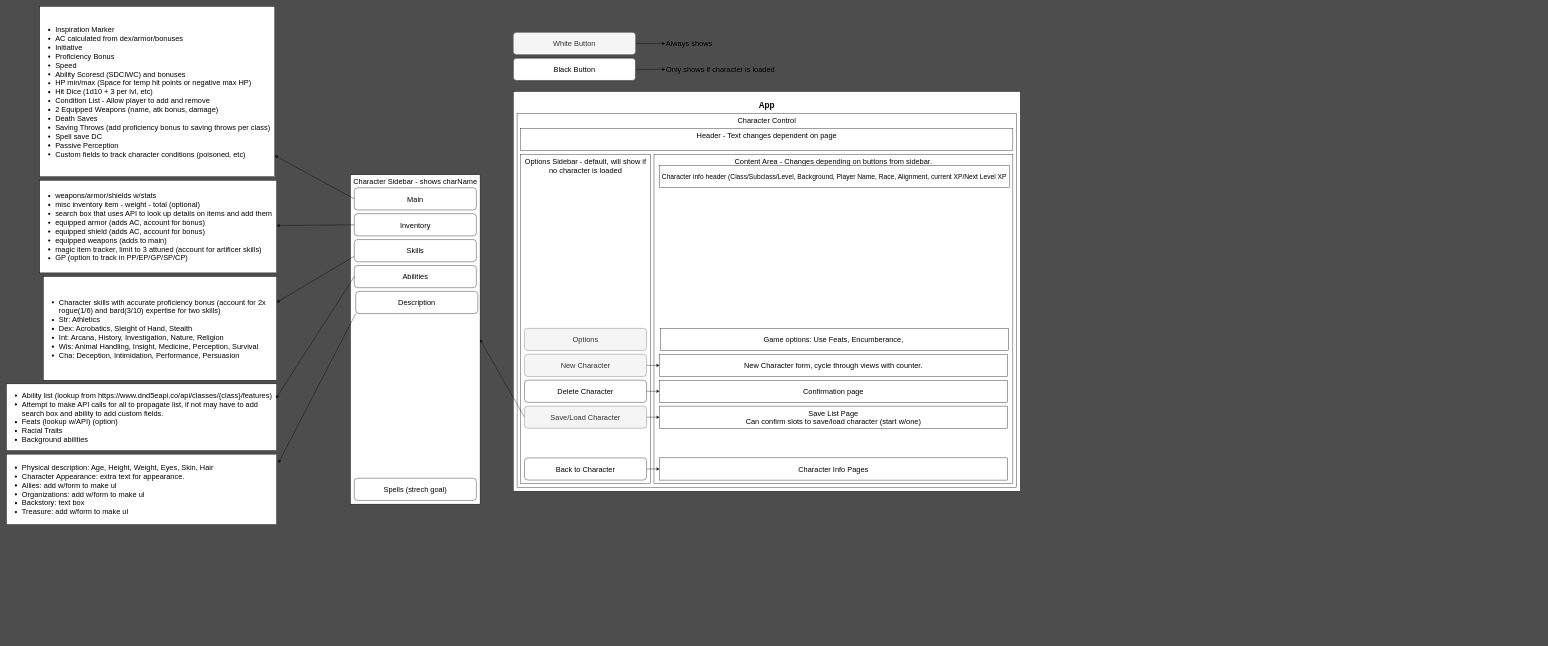
benjaminw1030/dnd-character-creator keeps this draw.io diagram as diagram.drawio. Above is the earlier version. Source tidied: cells renumbered, new cells numbered last; positions are measured from the earlier drawing's top-left corner, leaving out a move shared by most shapes. Both pictures are drawn from the tidied source at 37%, with x=0, y=0 at pixel (6, 6).
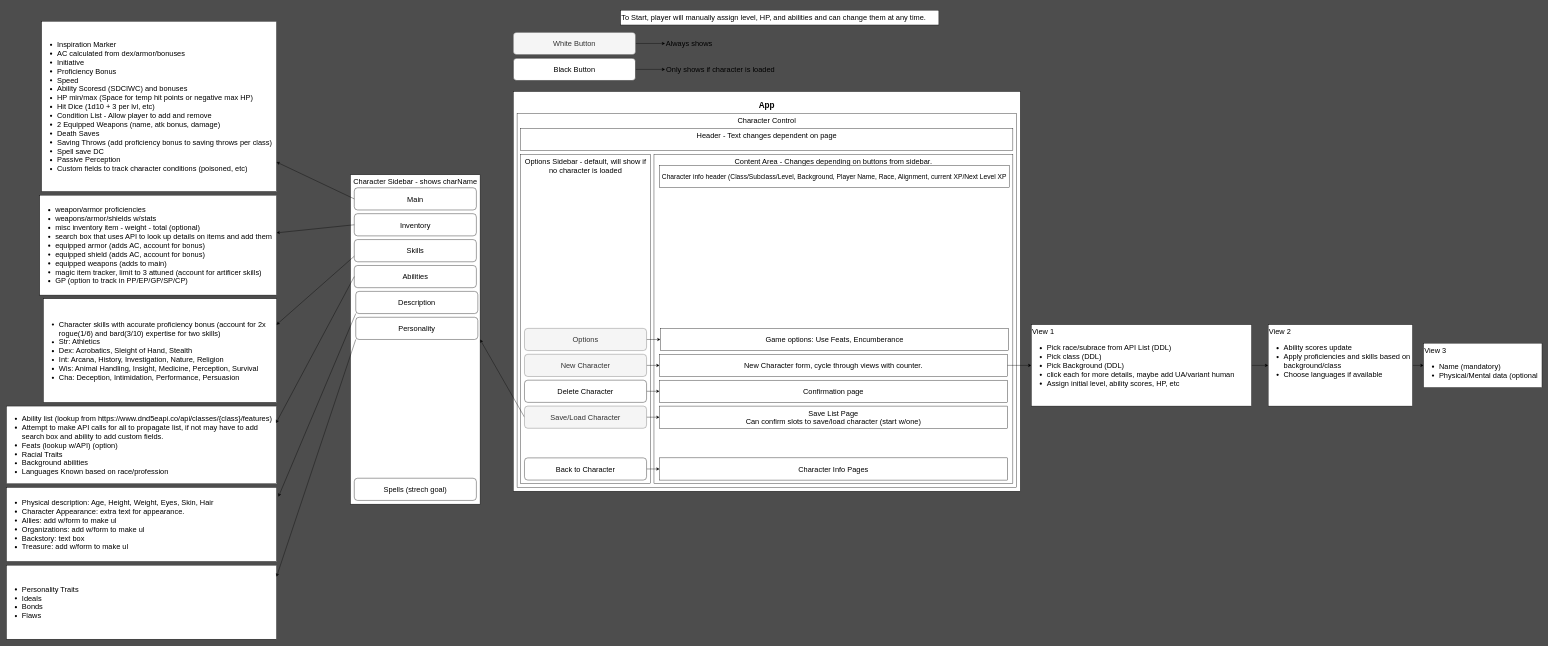
The same diagram, later.

Commit message (it also covers changes not shown here):
diagramming new character form

Unchanged cells that the change refers to:
```xml
<mxCell id="23" value="New Character form, cycle through views with counter." style="rounded=0;whiteSpace=wrap;html=1;fontSize=20;verticalAlign=middle;" parent="1" vertex="1">
  <mxGeometry x="1765" y="940" width="940" height="60" as="geometry" />
</mxCell>
<mxCell id="28" value="Options" style="rounded=1;whiteSpace=wrap;html=1;fontSize=20;verticalAlign=middle;fillColor=#f5f5f5;strokeColor=#666666;fontColor=#333333;" parent="1" vertex="1">
  <mxGeometry x="1400" y="870" width="330" height="60" as="geometry" />
</mxCell>
<mxCell id="32" style="group;" parent="1" vertex="1">
  <mxGeometry x="930" y="455" width="350" height="890" as="geometry" />
</mxCell>
```

Change to the diagram source:
```diff
@@
+    <mxCell id="47" style="edgeStyle=none;html=1;fontSize=18;exitX=1;exitY=0.5;exitDx=0;exitDy=0;" parent="1" edge="1" source="23" target="51">
+      <mxGeometry relative="1" as="geometry" />
+    </mxCell>
@@
     <mxCell id="25" value="&lt;ul&gt;&lt;li&gt;&lt;span&gt;Inspiration Marker&lt;/span&gt;&lt;/li&gt;&lt;li&gt;AC calculated from dex/armor/bonuses&lt;/li&gt;&lt;li&gt;Initiative&lt;/li&gt;&lt;li&gt;Proficiency Bonus&lt;/li&gt;&lt;li&gt;Speed&lt;/li&gt;&lt;li&gt;Ability Scoresd (SDCIWC) and bonuses&lt;/li&gt;&lt;li&gt;HP min/max (Space for temp hit points or negative max HP)&lt;/li&gt;&lt;li&gt;Hit Dice (1d10 + 3 per lvl, etc)&lt;/li&gt;&lt;li&gt;Condition List - Allow player to add and remove&lt;/li&gt;&lt;li&gt;2 Equipped Weapons (name, atk bonus, damage)&lt;/li&gt;&lt;li&gt;Death Saves&lt;/li&gt;&lt;li&gt;Saving Throws (add proficiency bonus to saving throws per class)&lt;/li&gt;&lt;li&gt;Spell save DC&lt;/li&gt;&lt;li&gt;Passive Perception&lt;/li&gt;&lt;li&gt;Custom fields to track character conditions (poisoned, etc)&lt;/li&gt;&lt;/ul&gt;" style="rounded=0;whiteSpace=wrap;html=1;fontSize=20;verticalAlign=middle;align=left;" parent="1" vertex="1">
-      <mxGeometry x="90" width="635" height="460" as="geometry" />
+      <mxGeometry x="95" y="40" width="635" height="460" as="geometry" />
     </mxCell>
@@
-    <mxCell id="27" value="&lt;ul&gt;&lt;li&gt;&lt;span&gt;weapons/armor/shields w/stats&lt;/span&gt;&lt;/li&gt;&lt;li&gt;misc inventory item - weight - total (optional)&lt;/li&gt;&lt;li&gt;search box that uses API to look up details on items and add them&lt;/li&gt;&lt;li&gt;equipped armor (adds AC, account for bonus)&lt;/li&gt;&lt;li&gt;equipped shield (adds AC, account for bonus)&lt;/li&gt;&lt;li&gt;equipped weapons (adds to main)&lt;/li&gt;&lt;li&gt;magic item tracker, limit to 3 attuned (account for artificer skills)&lt;/li&gt;&lt;li&gt;GP (option to track in PP/EP/GP/SP/CP)&lt;/li&gt;&lt;/ul&gt;" style="rounded=0;whiteSpace=wrap;html=1;fontSize=20;verticalAlign=middle;align=left;" parent="1" vertex="1">
-      <mxGeometry x="90" y="470" width="640" height="250" as="geometry" />
+    <mxCell id="27" value="&lt;ul&gt;&lt;li&gt;weapon/armor proficiencies&lt;/li&gt;&lt;li&gt;&lt;span&gt;weapons/armor/shields w/stats&lt;/span&gt;&lt;/li&gt;&lt;li&gt;misc inventory item - weight - total (optional)&lt;/li&gt;&lt;li&gt;search box that uses API to look up details on items and add them&lt;/li&gt;&lt;li&gt;equipped armor (adds AC, account for bonus)&lt;/li&gt;&lt;li&gt;equipped shield (adds AC, account for bonus)&lt;/li&gt;&lt;li&gt;equipped weapons (adds to main)&lt;/li&gt;&lt;li&gt;magic item tracker, limit to 3 attuned (account for artificer skills)&lt;/li&gt;&lt;li&gt;GP (option to track in PP/EP/GP/SP/CP)&lt;/li&gt;&lt;/ul&gt;" style="rounded=0;whiteSpace=wrap;html=1;fontSize=20;verticalAlign=middle;align=left;" parent="1" vertex="1">
+      <mxGeometry x="90" y="510" width="640" height="270" as="geometry" />
     </mxCell>
+    <mxCell id="48" style="edgeStyle=none;html=1;fontSize=18;" parent="1" edge="1" source="28" target="46">
+      <mxGeometry relative="1" as="geometry" />
+    </mxCell>
@@
     <mxCell id="29" value="&lt;ul&gt;&lt;li&gt;&lt;span&gt;Character skills with accurate proficiency bonus (account for 2x rogue(1/6) and bard(3/10) expertise for two skills)&lt;/span&gt;&lt;/li&gt;&lt;li&gt;Str: Athletics&lt;/li&gt;&lt;li&gt;Dex: Acrobatics, Sleight of Hand, Stealth&lt;/li&gt;&lt;li&gt;Int: Arcana, History, Investigation, Nature, Religion&lt;/li&gt;&lt;li&gt;Wis: Animal Handling, Insight, Medicine, Perception, Survival&lt;/li&gt;&lt;li&gt;Cha: Deception, Intimidation, Performance, Persuasion&lt;/li&gt;&lt;/ul&gt;" style="rounded=0;whiteSpace=wrap;html=1;fontSize=20;verticalAlign=middle;align=left;" parent="1" vertex="1">
-      <mxGeometry x="100" y="730" width="630" height="280" as="geometry" />
+      <mxGeometry x="100" y="790" width="630" height="280" as="geometry" />
     </mxCell>
-    <mxCell id="30" value="&lt;ul&gt;&lt;li&gt;&lt;span&gt;Ability list (lookup from https://www.dnd5eapi.co/api/classes/{class}/features)&lt;/span&gt;&lt;/li&gt;&lt;li&gt;Attempt to make API calls for all to propagate list, if not may have to add search box and ability to add custom fields.&lt;/li&gt;&lt;li&gt;Feats (lookup w/API) (option)&lt;/li&gt;&lt;li&gt;Racial Traits&lt;/li&gt;&lt;li&gt;Background abilities&lt;/li&gt;&lt;/ul&gt;" style="rounded=0;whiteSpace=wrap;html=1;fontSize=20;verticalAlign=middle;align=left;" parent="1" vertex="1">
-      <mxGeometry y="1020" width="730" height="180" as="geometry" />
+    <mxCell id="30" value="&lt;ul&gt;&lt;li&gt;&lt;span&gt;Ability list (lookup from https://www.dnd5eapi.co/api/classes/{class}/features)&lt;/span&gt;&lt;/li&gt;&lt;li&gt;Attempt to make API calls for all to propagate list, if not may have to add search box and ability to add custom fields.&lt;/li&gt;&lt;li&gt;Feats (lookup w/API) (option)&lt;/li&gt;&lt;li&gt;Racial Traits&lt;/li&gt;&lt;li&gt;Background abilities&lt;/li&gt;&lt;li&gt;Languages Known based on race/profession&lt;/li&gt;&lt;/ul&gt;" style="rounded=0;whiteSpace=wrap;html=1;fontSize=20;verticalAlign=middle;align=left;" parent="1" vertex="1">
+      <mxGeometry y="1080" width="730" height="210" as="geometry" />
     </mxCell>
     <mxCell id="31" value="&lt;ul&gt;&lt;li&gt;&lt;span&gt;Physical description: Age, Height, Weight, Eyes, Skin, Hair&lt;/span&gt;&lt;/li&gt;&lt;li&gt;Character Appearance: extra text for appearance.&lt;/li&gt;&lt;li&gt;Allies: add w/form to make ul&lt;/li&gt;&lt;li&gt;Organizations: add w/form to make ul&lt;/li&gt;&lt;li&gt;Backstory: text box&lt;/li&gt;&lt;li&gt;Treasure: add w/form to make ul&lt;/li&gt;&lt;/ul&gt;" style="rounded=0;whiteSpace=wrap;html=1;fontSize=20;verticalAlign=middle;align=left;" parent="1" vertex="1">
-      <mxGeometry y="1210" width="730" height="190" as="geometry" />
+      <mxGeometry y="1300" width="730" height="200" as="geometry" />
     </mxCell>
@@
+    <mxCell id="49" value="Personality" style="rounded=1;whiteSpace=wrap;html=1;fontSize=20;verticalAlign=middle;" parent="32" vertex="1">
+      <mxGeometry x="14" y="385" width="330" height="60" as="geometry" />
+    </mxCell>
@@
-    <mxCell id="46" value="Game options: Use Feats, Encumberance,&amp;nbsp;" style="rounded=0;whiteSpace=wrap;html=1;fontSize=20;verticalAlign=middle;" parent="1" vertex="1">
+    <mxCell id="46" value="Game options: Use Feats, Encumberance" style="rounded=0;whiteSpace=wrap;html=1;fontSize=20;verticalAlign=middle;" parent="1" vertex="1">
       <mxGeometry x="1767.5" y="870" width="940" height="60" as="geometry" />
     </mxCell>
+    <mxCell id="50" style="edgeStyle=none;html=1;fontSize=18;" parent="1" edge="1" source="51" target="53">
+      <mxGeometry relative="1" as="geometry" />
+    </mxCell>
+    <mxCell id="51" value="View 1&lt;br&gt;&lt;ul&gt;&lt;li&gt;Pick race/subrace from API List (DDL)&lt;/li&gt;&lt;li&gt;Pick class (DDL)&lt;/li&gt;&lt;li&gt;Pick Background (DDL)&lt;/li&gt;&lt;li&gt;click each for more details, maybe add UA/variant human&lt;/li&gt;&lt;li&gt;Assign initial level, ability scores, HP, etc&lt;/li&gt;&lt;/ul&gt;" style="whiteSpace=wrap;html=1;rounded=0;fontSize=20;verticalAlign=top;align=left;" parent="1" vertex="1">
+      <mxGeometry x="2770" y="860" width="595" height="220" as="geometry" />
+    </mxCell>
+    <mxCell id="52" style="edgeStyle=none;html=1;fontSize=18;" parent="1" edge="1" source="53" target="55">
+      <mxGeometry relative="1" as="geometry" />
+    </mxCell>
+    <mxCell id="53" value="View 2&lt;br&gt;&lt;ul&gt;&lt;li&gt;Ability scores update&lt;/li&gt;&lt;li&gt;Apply proficiencies and skills based on background/class&lt;/li&gt;&lt;li&gt;&lt;span&gt;Choose languages if available&lt;/span&gt;&lt;br&gt;&lt;/li&gt;&lt;/ul&gt;" style="whiteSpace=wrap;html=1;rounded=0;fontSize=20;verticalAlign=top;align=left;" parent="1" vertex="1">
+      <mxGeometry x="3410" y="860" width="390" height="220" as="geometry" />
+    </mxCell>
+    <mxCell id="54" value="To Start, player will manually assign level, HP, and abilities and can change them at any time." style="whiteSpace=wrap;html=1;rounded=0;fontSize=20;verticalAlign=top;align=left;shadow=0;sketch=0;" parent="1" vertex="1">
+      <mxGeometry x="1660" y="10" width="860" height="40" as="geometry" />
+    </mxCell>
+    <mxCell id="55" value="View 3&lt;br&gt;&lt;ul&gt;&lt;li&gt;Name (mandatory)&lt;/li&gt;&lt;li&gt;Physical/Mental data (optional&lt;/li&gt;&lt;/ul&gt;" style="whiteSpace=wrap;html=1;rounded=0;fontSize=20;verticalAlign=top;align=left;" parent="1" vertex="1">
+      <mxGeometry x="3830" y="910" width="320" height="120" as="geometry" />
+    </mxCell>
+    <mxCell id="56" value="&lt;ul&gt;&lt;li&gt;Personality Traits&lt;/li&gt;&lt;li&gt;Ideals&lt;/li&gt;&lt;li&gt;Bonds&lt;/li&gt;&lt;li&gt;Flaws&lt;/li&gt;&lt;/ul&gt;" style="rounded=0;whiteSpace=wrap;html=1;fontSize=20;verticalAlign=middle;align=left;" parent="1" vertex="1">
+      <mxGeometry y="1510" width="730" height="200" as="geometry" />
+    </mxCell>
+    <mxCell id="57" style="edgeStyle=none;html=1;fontSize=18;entryX=1;entryY=0.155;entryDx=0;entryDy=0;entryPerimeter=0;exitX=0;exitY=1;exitDx=0;exitDy=0;" parent="1" edge="1" source="49" target="56">
+      <mxGeometry relative="1" as="geometry" />
+    </mxCell>
```
